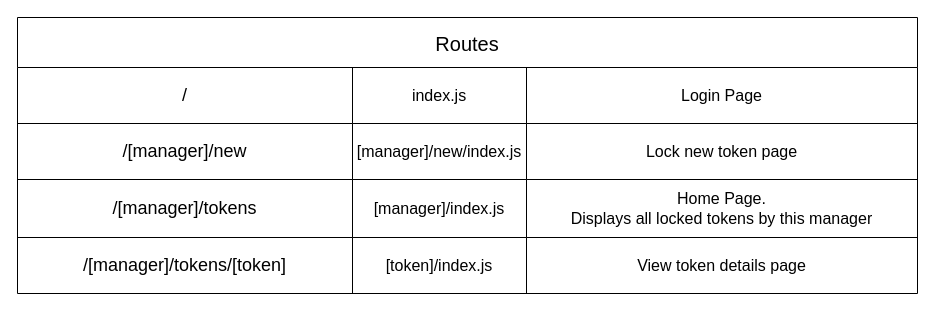
Earlier version of the draw.io diagram page "Routes" (5 of 5) of TokenLokerUI.drawio (johnsonmercyi/tokenlocker). Source tidied: cells renumbered, new cells numbered last; positions are measured from the earlier drawing's top-left corner, leaving out a move shared by most shapes. Both pictures are drawn from the tidied source at 100%, with x=0, y=0 at pixel (17, 17).
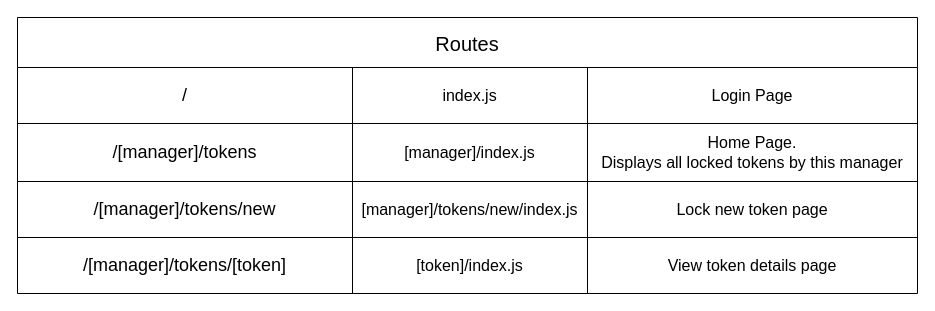
The same page after the edit.

What changed in the source:
```diff
@@
 <mxGraphModel>
   <root>
     <mxCell id="0" />
     <mxCell id="1" parent="0" />
     <mxCell id="2" value="Routes" style="shape=table;startSize=50;childLayout=tableLayout;strokeColor=default;fontSize=20;" parent="1" vertex="1">
       <mxGeometry width="900" height="276" as="geometry" />
     </mxCell>
     <mxCell id="3" style="shape=tableRow;horizontal=0;startSize=0;swimlaneHead=0;swimlaneBody=0;strokeColor=inherit;top=0;left=0;bottom=0;right=0;fillColor=none;fontSize=16;" parent="2" vertex="1">
       <mxGeometry y="50" width="900" height="56" as="geometry" />
     </mxCell>
     <mxCell id="4" value="/" style="shape=partialRectangle;html=1;whiteSpace=wrap;strokeColor=inherit;overflow=hidden;fillColor=none;top=0;left=0;bottom=0;right=0;fontSize=18;" parent="3" vertex="1">
       <mxGeometry width="335" height="56" as="geometry" />
     </mxCell>
     <mxCell id="5" value="index.js" style="shape=partialRectangle;html=1;whiteSpace=wrap;strokeColor=inherit;overflow=hidden;fillColor=none;top=0;left=0;bottom=0;right=0;fontSize=16;" parent="3" vertex="1">
-      <mxGeometry x="335" width="174" height="56" as="geometry" />
+      <mxGeometry x="335" width="235" height="56" as="geometry" />
     </mxCell>
     <mxCell id="6" value="Login Page" style="shape=partialRectangle;html=1;whiteSpace=wrap;strokeColor=inherit;overflow=hidden;fillColor=none;top=0;left=0;bottom=0;right=0;fontSize=16;" parent="3" vertex="1">
-      <mxGeometry x="509" width="391" height="56" as="geometry" />
+      <mxGeometry x="570" width="330" height="56" as="geometry" />
     </mxCell>
+    <mxCell id="11" style="shape=tableRow;horizontal=0;startSize=0;swimlaneHead=0;swimlaneBody=0;strokeColor=inherit;top=0;left=0;bottom=0;right=0;fillColor=none;fontSize=16;" parent="2" vertex="1">
+      <mxGeometry y="106" width="900" height="58" as="geometry" />
+    </mxCell>
+    <mxCell id="12" value="/[manager]/tokens" style="shape=partialRectangle;html=1;whiteSpace=wrap;strokeColor=inherit;overflow=hidden;fillColor=none;top=0;left=0;bottom=0;right=0;fontSize=18;" parent="11" vertex="1">
+      <mxGeometry width="335" height="58" as="geometry" />
+    </mxCell>
+    <mxCell id="13" value="[manager]/index.js" style="shape=partialRectangle;html=1;whiteSpace=wrap;strokeColor=inherit;overflow=hidden;fillColor=none;top=0;left=0;bottom=0;right=0;fontSize=16;" parent="11" vertex="1">
+      <mxGeometry x="335" width="235" height="58" as="geometry" />
+    </mxCell>
+    <mxCell id="14" value="Home Page. &lt;br&gt;Displays all locked tokens by this manager" style="shape=partialRectangle;html=1;whiteSpace=wrap;strokeColor=inherit;overflow=hidden;fillColor=none;top=0;left=0;bottom=0;right=0;fontSize=16;" parent="11" vertex="1">
+      <mxGeometry x="570" width="330" height="58" as="geometry" />
+    </mxCell>
     <mxCell id="7" style="shape=tableRow;horizontal=0;startSize=0;swimlaneHead=0;swimlaneBody=0;strokeColor=inherit;top=0;left=0;bottom=0;right=0;fillColor=none;fontSize=16;" parent="2" vertex="1">
-      <mxGeometry y="106" width="900" height="56" as="geometry" />
+      <mxGeometry y="164" width="900" height="56" as="geometry" />
     </mxCell>
-    <mxCell id="8" value="/[manager]/new" style="shape=partialRectangle;html=1;whiteSpace=wrap;strokeColor=inherit;overflow=hidden;fillColor=none;top=0;left=0;bottom=0;right=0;fontSize=18;" parent="7" vertex="1">
+    <mxCell id="8" value="/[manager]/tokens/new" style="shape=partialRectangle;html=1;whiteSpace=wrap;strokeColor=inherit;overflow=hidden;fillColor=none;top=0;left=0;bottom=0;right=0;fontSize=18;" parent="7" vertex="1">
       <mxGeometry width="335" height="56" as="geometry" />
     </mxCell>
-    <mxCell id="9" value="[manager]/new/index.js" style="shape=partialRectangle;html=1;whiteSpace=wrap;strokeColor=inherit;overflow=hidden;fillColor=none;top=0;left=0;bottom=0;right=0;fontSize=16;" parent="7" vertex="1">
-      <mxGeometry x="335" width="174" height="56" as="geometry" />
+    <mxCell id="9" value="[manager]/tokens/new/index.js" style="shape=partialRectangle;html=1;whiteSpace=wrap;strokeColor=inherit;overflow=hidden;fillColor=none;top=0;left=0;bottom=0;right=0;fontSize=16;" parent="7" vertex="1">
+      <mxGeometry x="335" width="235" height="56" as="geometry" />
     </mxCell>
     <mxCell id="10" value="Lock new token page" style="shape=partialRectangle;html=1;whiteSpace=wrap;strokeColor=inherit;overflow=hidden;fillColor=none;top=0;left=0;bottom=0;right=0;fontSize=16;" parent="7" vertex="1">
-      <mxGeometry x="509" width="391" height="56" as="geometry" />
+      <mxGeometry x="570" width="330" height="56" as="geometry" />
     </mxCell>
-    <mxCell id="11" style="shape=tableRow;horizontal=0;startSize=0;swimlaneHead=0;swimlaneBody=0;strokeColor=inherit;top=0;left=0;bottom=0;right=0;fillColor=none;fontSize=16;" parent="2" vertex="1">
-      <mxGeometry y="162" width="900" height="58" as="geometry" />
-    </mxCell>
-    <mxCell id="12" value="/[manager]/tokens" style="shape=partialRectangle;html=1;whiteSpace=wrap;strokeColor=inherit;overflow=hidden;fillColor=none;top=0;left=0;bottom=0;right=0;fontSize=18;" parent="11" vertex="1">
-      <mxGeometry width="335" height="58" as="geometry" />
-    </mxCell>
-    <mxCell id="13" value="[manager]/index.js" style="shape=partialRectangle;html=1;whiteSpace=wrap;strokeColor=inherit;overflow=hidden;fillColor=none;top=0;left=0;bottom=0;right=0;fontSize=16;" parent="11" vertex="1">
-      <mxGeometry x="335" width="174" height="58" as="geometry" />
-    </mxCell>
-    <mxCell id="14" value="Home Page. &lt;br&gt;Displays all locked tokens by this manager" style="shape=partialRectangle;html=1;whiteSpace=wrap;strokeColor=inherit;overflow=hidden;fillColor=none;top=0;left=0;bottom=0;right=0;fontSize=16;" parent="11" vertex="1">
-      <mxGeometry x="509" width="391" height="58" as="geometry" />
-    </mxCell>
     <mxCell id="15" style="shape=tableRow;horizontal=0;startSize=0;swimlaneHead=0;swimlaneBody=0;strokeColor=inherit;top=0;left=0;bottom=0;right=0;fillColor=none;fontSize=16;" parent="2" vertex="1">
       <mxGeometry y="220" width="900" height="56" as="geometry" />
     </mxCell>
     <mxCell id="16" value="/[manager]/tokens/[token]" style="shape=partialRectangle;html=1;whiteSpace=wrap;strokeColor=inherit;overflow=hidden;fillColor=none;top=0;left=0;bottom=0;right=0;fontSize=18;" parent="15" vertex="1">
       <mxGeometry width="335" height="56" as="geometry" />
     </mxCell>
     <mxCell id="17" value="[token]/index.js" style="shape=partialRectangle;html=1;whiteSpace=wrap;strokeColor=inherit;overflow=hidden;fillColor=none;top=0;left=0;bottom=0;right=0;fontSize=16;" parent="15" vertex="1">
-      <mxGeometry x="335" width="174" height="56" as="geometry" />
+      <mxGeometry x="335" width="235" height="56" as="geometry" />
     </mxCell>
     <mxCell id="18" value="View token details page" style="shape=partialRectangle;html=1;whiteSpace=wrap;strokeColor=inherit;overflow=hidden;fillColor=none;top=0;left=0;bottom=0;right=0;fontSize=16;" parent="15" vertex="1">
-      <mxGeometry x="509" width="391" height="56" as="geometry" />
+      <mxGeometry x="570" width="330" height="56" as="geometry" />
     </mxCell>
   </root>
 </mxGraphModel>
```
